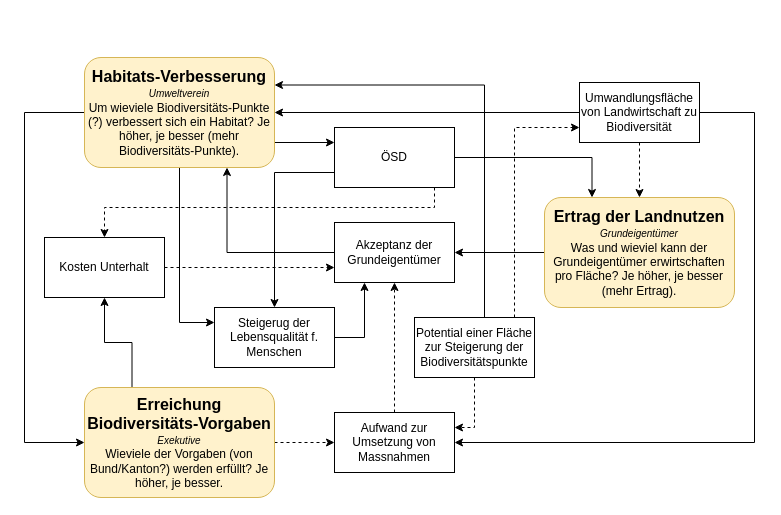
SimonZbinden/upl2 keeps this draw.io diagram as Simon_Biodiv_System.drawio. Above is the earlier version. Source tidied: cells renumbered, new cells numbered last; positions are measured from the earlier drawing's top-left corner, leaving out a move shared by most shapes. Both pictures are drawn from the tidied source at 100%, with x=0, y=0 at pixel (24, 57).
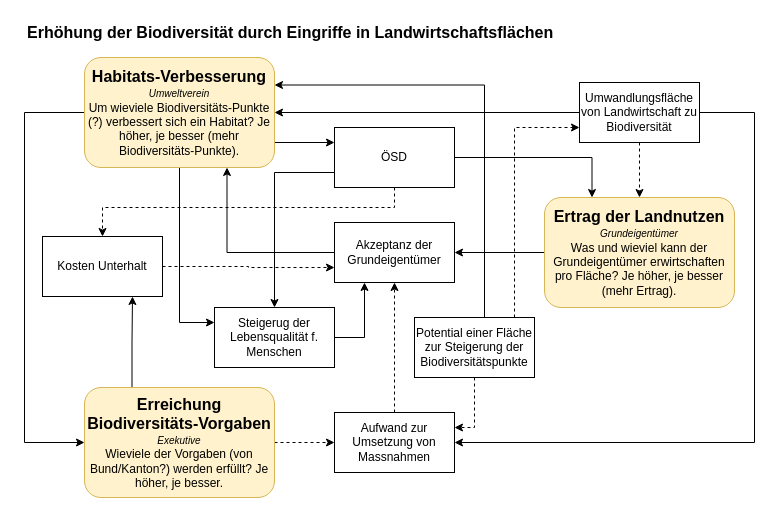
Above is the later version.

The change refers to these unchanged cells:
```xml
<mxCell id="10" value="&lt;b&gt;&lt;font style=&quot;font-size: 16px;&quot;&gt;Erreichung Biodiversitäts-Vorgaben&lt;/font&gt;&lt;/b&gt;&lt;div&gt;&lt;font size=&quot;1&quot;&gt;&lt;i&gt;Exekutive&lt;/i&gt;&lt;/font&gt;&lt;br&gt;&lt;div&gt;Wieviele der Vorgaben (von Bund/Kanton?) werden erfüllt? Je höher, je besser.&lt;/div&gt;&lt;/div&gt;" style="rounded=1;whiteSpace=wrap;html=1;fillColor=#fff2cc;strokeColor=#d6b656;" parent="1" vertex="1">
  <mxGeometry x="60" y="330" width="190" height="110" as="geometry" />
</mxCell>
<mxCell id="22" value="ÖSD" style="rounded=0;whiteSpace=wrap;html=1;" parent="1" vertex="1">
  <mxGeometry x="310" y="70" width="120" height="60" as="geometry" />
</mxCell>
```

Change to the diagram source:
```diff
@@
-    <mxCell id="9" style="edgeStyle=orthogonalEdgeStyle;rounded=0;jettySize=auto;html=1;entryX=0.5;entryY=1;entryDx=0;entryDy=0;exitX=0.25;exitY=0;exitDx=0;exitDy=0;" parent="1" edge="1" source="10" target="24">
+    <mxCell id="9" style="edgeStyle=orthogonalEdgeStyle;rounded=0;jettySize=auto;html=1;exitX=0.25;exitY=0;exitDx=0;exitDy=0;entryX=0.75;entryY=1;entryDx=0;entryDy=0;" parent="1" edge="1" source="10" target="24">
       <mxGeometry relative="1" as="geometry" />
     </mxCell>
@@
-    <mxCell id="20" style="edgeStyle=orthogonalEdgeStyle;rounded=0;jettySize=auto;html=1;entryX=0.5;entryY=0;entryDx=0;entryDy=0;dashed=1;" parent="1" edge="1" source="22" target="24">
+    <mxCell id="20" style="edgeStyle=orthogonalEdgeStyle;rounded=0;jettySize=auto;html=1;dashed=1;entryX=0.5;entryY=0;entryDx=0;entryDy=0;" parent="1" edge="1" source="22" target="24">
       <mxGeometry relative="1" as="geometry">
         <Array as="points">
-          <mxPoint x="410" y="150" />
-          <mxPoint x="80" y="150" />
+          <mxPoint x="370" y="150" />
+          <mxPoint x="78" y="150" />
         </Array>
       </mxGeometry>
     </mxCell>
@@
     <mxCell id="24" value="Kosten Unterhalt" style="rounded=0;whiteSpace=wrap;html=1;" parent="1" vertex="1">
-      <mxGeometry x="20" y="180" width="120" height="60" as="geometry" />
+      <mxGeometry x="18" y="179" width="120" height="60" as="geometry" />
     </mxCell>
@@
+    <mxCell id="31" value="Erhöhung der Biodiversität durch Eingriffe in Landwirtschaftsflächen" style="text;html=1;align=left;verticalAlign=middle;whiteSpace=wrap;rounded=0;fontSize=16;fontStyle=1;" parent="1" vertex="1">
+      <mxGeometry x="1" y="-40" width="738" height="30" as="geometry" />
+    </mxCell>
```
